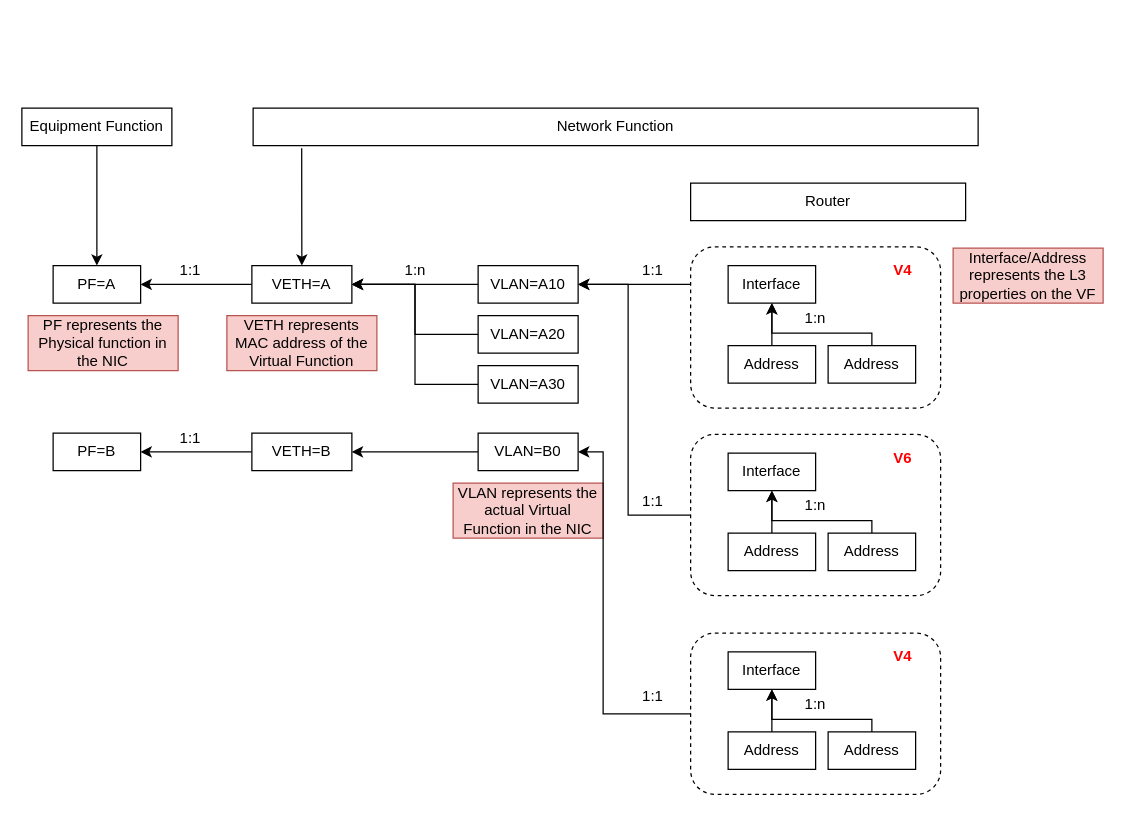
Before: transport-network-config.drawio in sriramy/drawio, a draw.io diagram. Source tidied: cells renumbered, new cells numbered last; positions are measured from the earlier drawing's top-left corner, leaving out a move shared by most shapes. Both pictures are drawn from the tidied source at 125%, with x=0, y=0 at pixel (21, 108).
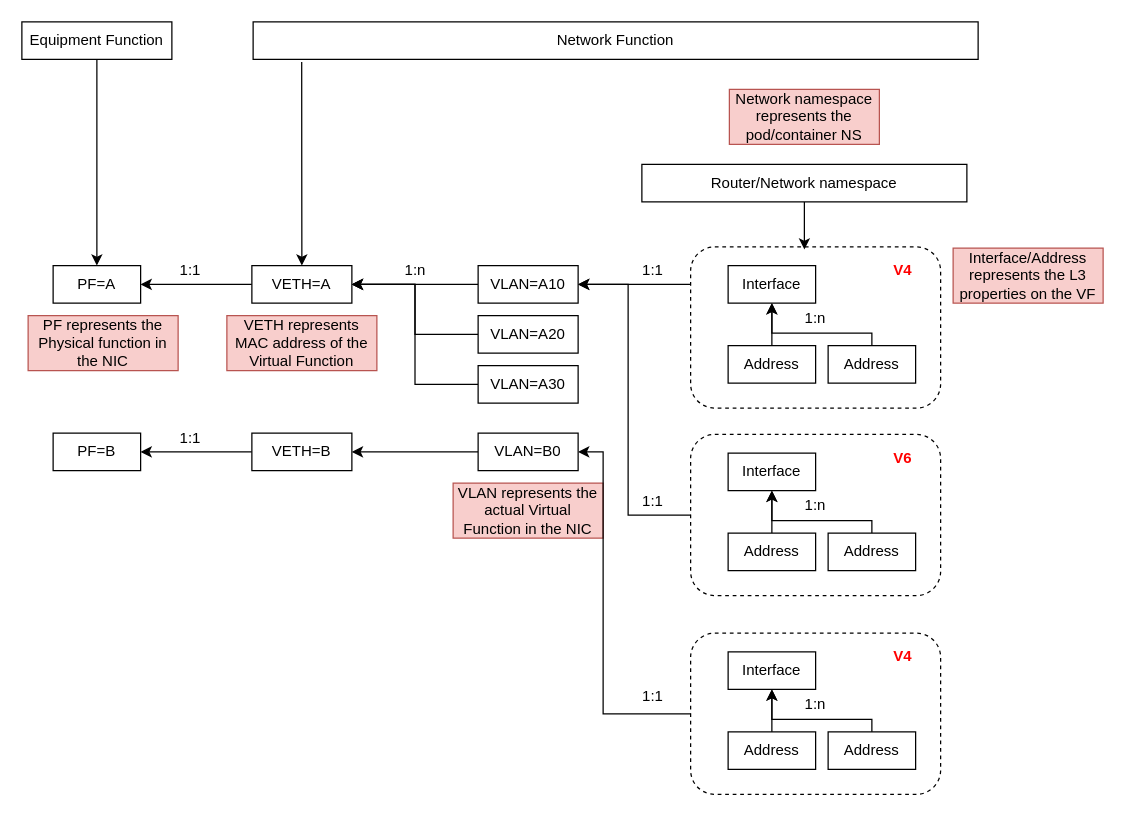
Above is the later version.

Unchanged cells that the change refers to:
```xml
<mxCell id="26" style="rounded=1;whiteSpace=wrap;html=1;dashed=1;" parent="25" vertex="1">
  <mxGeometry width="200" height="129" as="geometry" />
</mxCell>
```

Diff of the diagram source:
```diff
@@
     <mxCell id="3" value="Network Function" style="rounded=0;whiteSpace=wrap;html=1;" parent="1" vertex="1">
-      <mxGeometry x="185" width="580" height="30" as="geometry" />
+      <mxGeometry x="185" y="-69" width="580" height="30" as="geometry" />
     </mxCell>
@@
     <mxCell id="5" value="Equipment Function" style="rounded=0;whiteSpace=wrap;html=1;" parent="1" vertex="1">
-      <mxGeometry width="120" height="30" as="geometry" />
+      <mxGeometry y="-69" width="120" height="30" as="geometry" />
     </mxCell>
@@
-    <mxCell id="8" value="Router" style="rounded=0;whiteSpace=wrap;html=1;" parent="1" vertex="1">
-      <mxGeometry x="535" y="60" width="220" height="30" as="geometry" />
-    </mxCell>
@@
+    <mxCell id="61" style="edgeStyle=orthogonalEdgeStyle;rounded=0;jettySize=auto;html=1;entryX=0.455;entryY=0.016;entryDx=0;entryDy=0;entryPerimeter=0;" parent="1" edge="1" source="62" target="26">
+      <mxGeometry relative="1" as="geometry" />
+    </mxCell>
+    <mxCell id="62" value="Router/Network namespace" style="rounded=0;whiteSpace=wrap;html=1;" parent="1" vertex="1">
+      <mxGeometry x="496" y="45" width="260" height="30" as="geometry" />
+    </mxCell>
+    <mxCell id="63" value="Network namespace represents the pod/container NS" style="text;html=1;strokeColor=#b85450;fillColor=#f8cecc;align=center;verticalAlign=middle;whiteSpace=wrap;rounded=0;" parent="1" vertex="1">
+      <mxGeometry x="566" y="-15" width="120" height="44" as="geometry" />
+    </mxCell>
```
